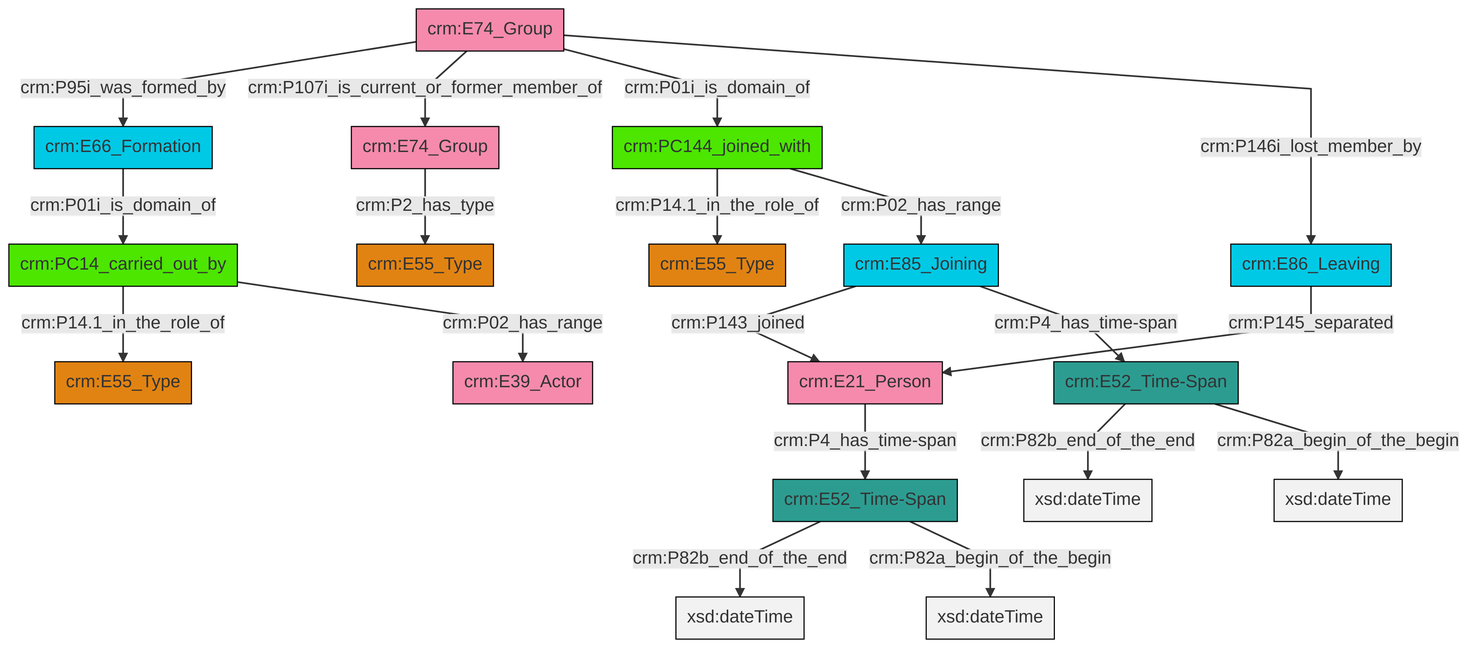
The Mermaid diagram et/groupCSV/ttl/mmd/png/group_actor_relations.png in swiss-art-research-net/docs.swissartresearch, before a commit. Its source is kept beside it as et/groupCSV/ttl/mmd/group_actor_relations.ttl.mmd.
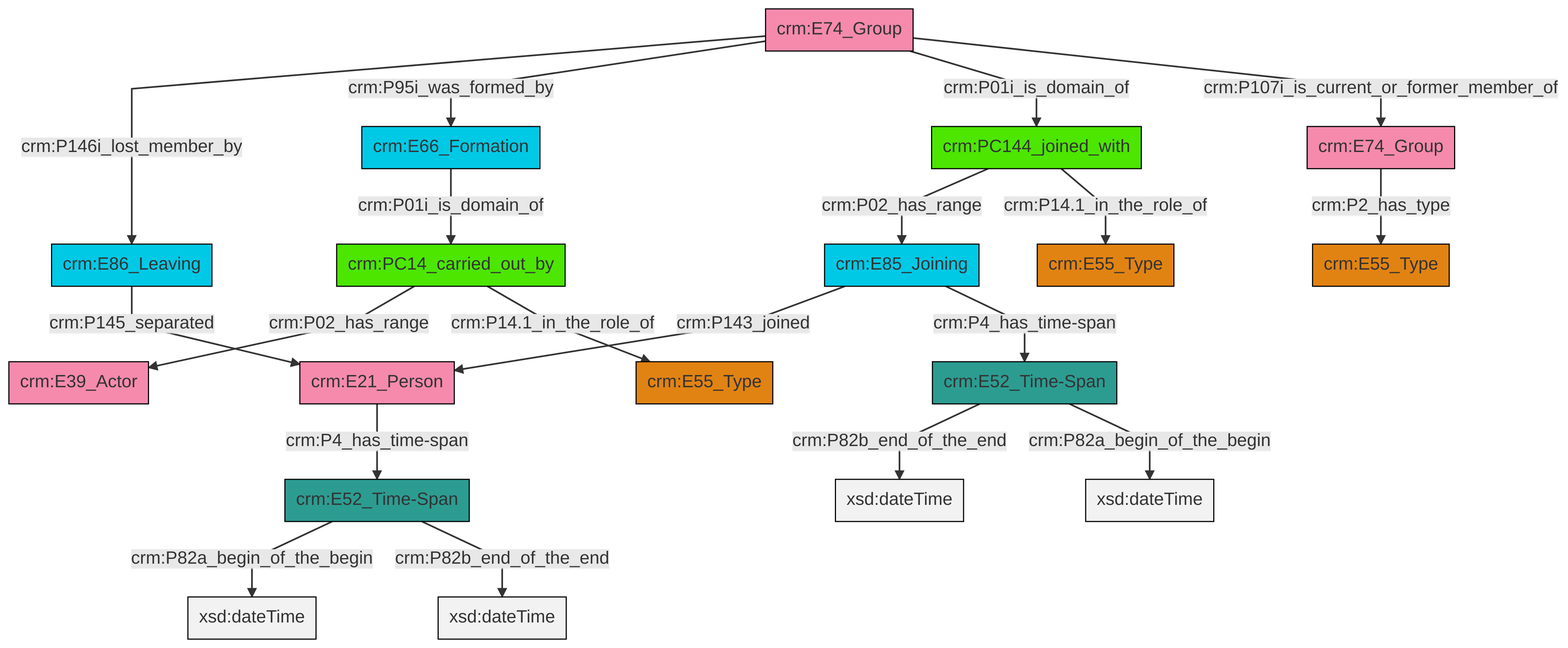
After the commit.

Diff of the diagram source:
```diff
@@ -13,21 +13,21 @@
 classDef PC_Classes fill:#4ce600, stroke:#000000;
 classDef Multi fill:#cccccc,stroke:#000000;
 
-0["crm:E74_Group"]:::Actor -->|crm:P95i_was_formed_by| 1["crm:E66_Formation"]:::Temporal_Entity
-2["crm:E52_Time-Span"]:::Time-Span -->|crm:P82b_end_of_the_end| 3[xsd:dateTime]:::Literal
-9["crm:PC144_joined_with"]:::PC_Classes -->|crm:P14.1_in_the_role_of| 7["crm:E55_Type"]:::Type
-12["crm:E85_Joining"]:::Temporal_Entity -->|crm:P143_joined| 4["crm:E21_Person"]:::Actor
-13["crm:E52_Time-Span"]:::Time-Span -->|crm:P82b_end_of_the_end| 14[xsd:dateTime]:::Literal
-15["crm:E74_Group"]:::Actor -->|crm:P2_has_type| 16["crm:E55_Type"]:::Type
-13["crm:E52_Time-Span"]:::Time-Span -->|crm:P82a_begin_of_the_begin| 18[xsd:dateTime]:::Literal
-22["crm:PC14_carried_out_by"]:::PC_Classes -->|crm:P14.1_in_the_role_of| 10["crm:E55_Type"]:::Type
-9["crm:PC144_joined_with"]:::PC_Classes -->|crm:P02_has_range| 12["crm:E85_Joining"]:::Temporal_Entity
-2["crm:E52_Time-Span"]:::Time-Span -->|crm:P82a_begin_of_the_begin| 24[xsd:dateTime]:::Literal
-22["crm:PC14_carried_out_by"]:::PC_Classes -->|crm:P02_has_range| 20["crm:E39_Actor"]:::Actor
-25["crm:E86_Leaving"]:::Temporal_Entity -->|crm:P145_separated| 4["crm:E21_Person"]:::Actor
-0["crm:E74_Group"]:::Actor -->|crm:P107i_is_current_or_former_member_of| 15["crm:E74_Group"]:::Actor
-4["crm:E21_Person"]:::Actor -->|crm:P4_has_time-span| 2["crm:E52_Time-Span"]:::Time-Span
-12["crm:E85_Joining"]:::Temporal_Entity -->|crm:P4_has_time-span| 13["crm:E52_Time-Span"]:::Time-Span
-0["crm:E74_Group"]:::Actor -->|crm:P01i_is_domain_of| 9["crm:PC144_joined_with"]:::PC_Classes
-0["crm:E74_Group"]:::Actor -->|crm:P146i_lost_member_by| 25["crm:E86_Leaving"]:::Temporal_Entity
-1["crm:E66_Formation"]:::Temporal_Entity -->|crm:P01i_is_domain_of| 22["crm:PC14_carried_out_by"]:::PC_Classes
+6["crm:E74_Group"]:::Actor -->|crm:P146i_lost_member_by| 7["crm:E86_Leaving"]:::Temporal_Entity
+8["crm:PC144_joined_with"]:::PC_Classes -->|crm:P02_has_range| 9["crm:E85_Joining"]:::Temporal_Entity
+6["crm:E74_Group"]:::Actor -->|crm:P95i_was_formed_by| 10["crm:E66_Formation"]:::Temporal_Entity
+11["crm:E52_Time-Span"]:::Time-Span -->|crm:P82b_end_of_the_end| 12[xsd:dateTime]:::Literal
+4["crm:E52_Time-Span"]:::Time-Span -->|crm:P82a_begin_of_the_begin| 17[xsd:dateTime]:::Literal
+10["crm:E66_Formation"]:::Temporal_Entity -->|crm:P01i_is_domain_of| 18["crm:PC14_carried_out_by"]:::PC_Classes
+6["crm:E74_Group"]:::Actor -->|crm:P01i_is_domain_of| 8["crm:PC144_joined_with"]:::PC_Classes
+23["crm:E74_Group"]:::Actor -->|crm:P2_has_type| 2["crm:E55_Type"]:::Type
+7["crm:E86_Leaving"]:::Temporal_Entity -->|crm:P145_separated| 13["crm:E21_Person"]:::Actor
+6["crm:E74_Group"]:::Actor -->|crm:P107i_is_current_or_former_member_of| 23["crm:E74_Group"]:::Actor
+18["crm:PC14_carried_out_by"]:::PC_Classes -->|crm:P02_has_range| 0["crm:E39_Actor"]:::Actor
+8["crm:PC144_joined_with"]:::PC_Classes -->|crm:P14.1_in_the_role_of| 19["crm:E55_Type"]:::Type
+13["crm:E21_Person"]:::Actor -->|crm:P4_has_time-span| 4["crm:E52_Time-Span"]:::Time-Span
+9["crm:E85_Joining"]:::Temporal_Entity -->|crm:P143_joined| 13["crm:E21_Person"]:::Actor
+9["crm:E85_Joining"]:::Temporal_Entity -->|crm:P4_has_time-span| 11["crm:E52_Time-Span"]:::Time-Span
+4["crm:E52_Time-Span"]:::Time-Span -->|crm:P82b_end_of_the_end| 30[xsd:dateTime]:::Literal
+18["crm:PC14_carried_out_by"]:::PC_Classes -->|crm:P14.1_in_the_role_of| 24["crm:E55_Type"]:::Type
+11["crm:E52_Time-Span"]:::Time-Span -->|crm:P82a_begin_of_the_begin| 34[xsd:dateTime]:::Literal
```
